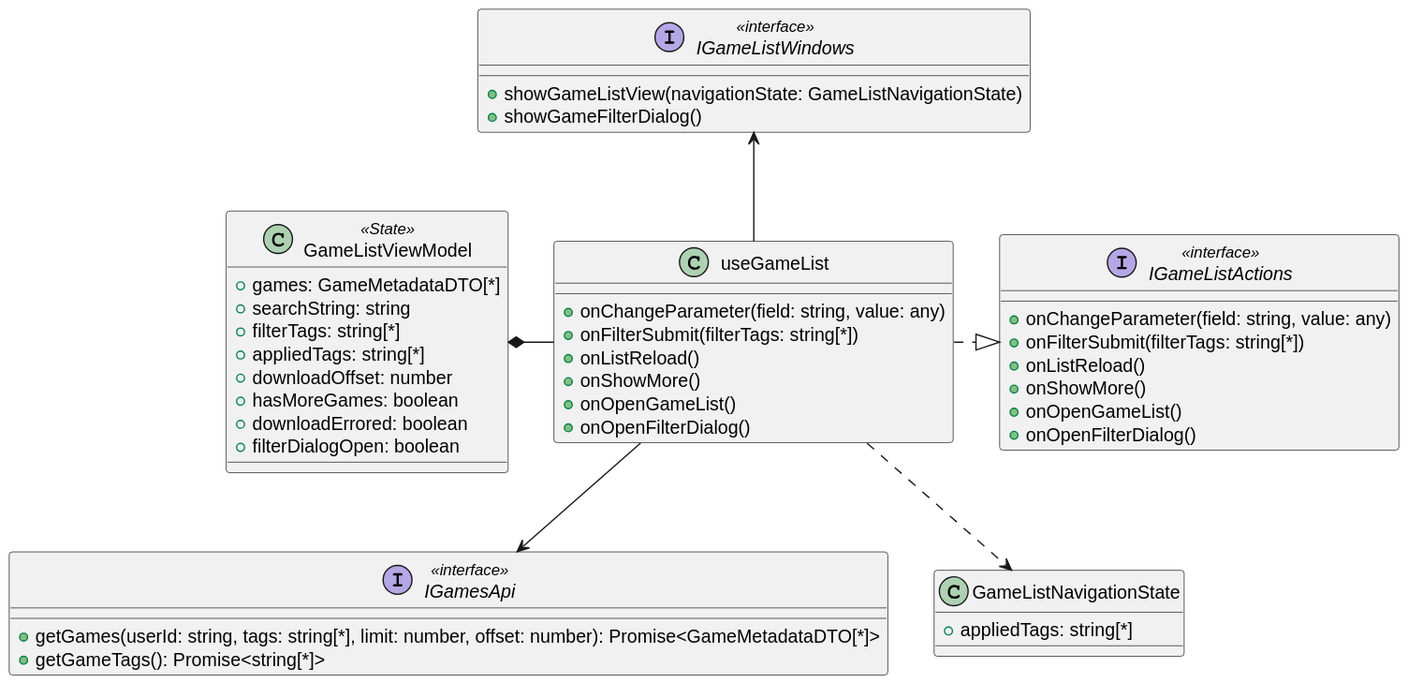
Earlier version of the PlantUML export diagrams/frontend/rendered/game-list-presenter.svg (Igor-Ochocki/POP-2026Z).
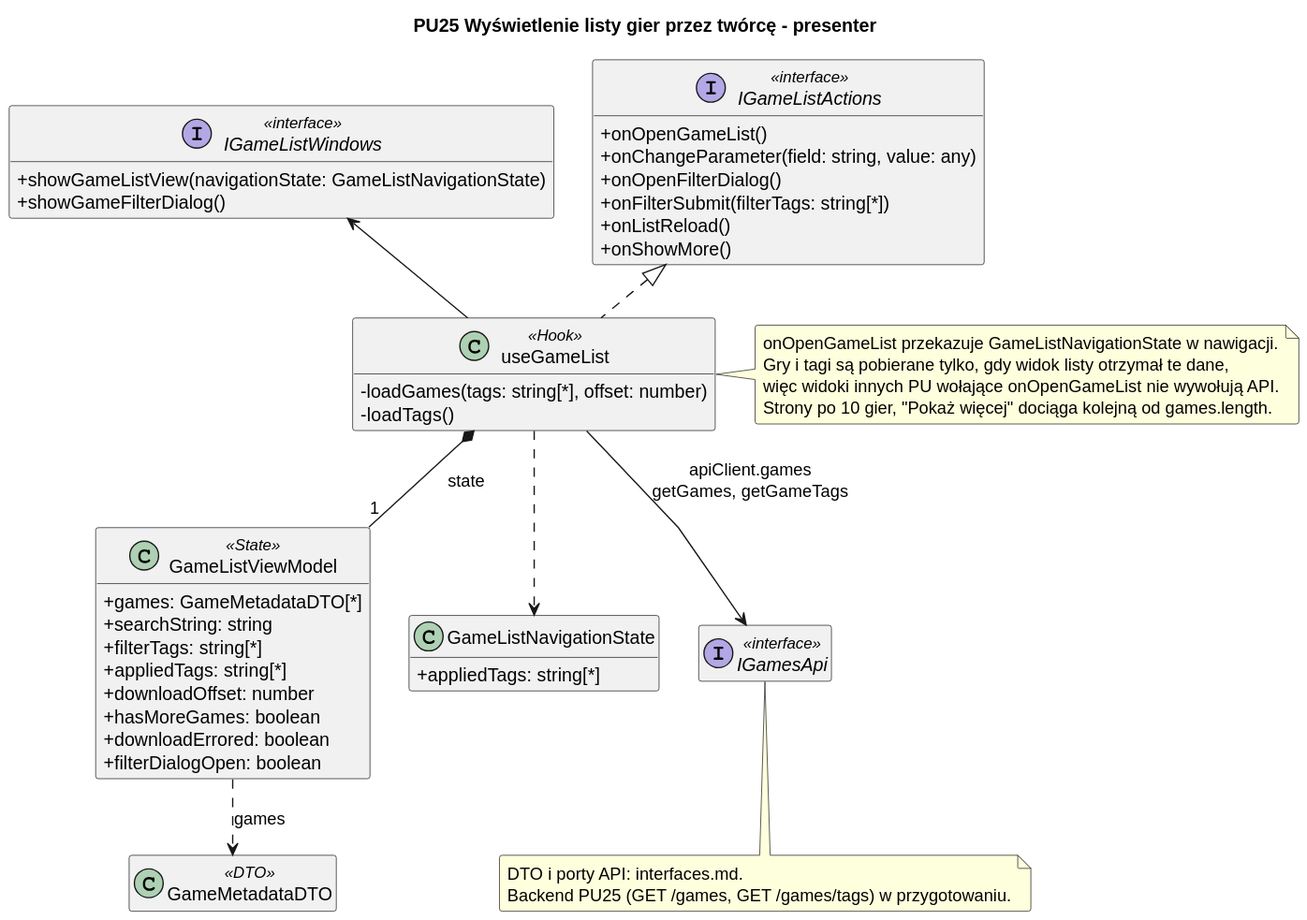
Above is the later version.

Change to the diagram source:
```diff
@@ -1,50 +1,68 @@
 @startuml
+skinparam classAttributeIconSize 0
+skinparam packageStyle rectangle
+skinparam shadowing false
+skinparam roundcorner 4
+skinparam linetype polyline
+skinparam nodesep 30
+skinparam ranksep 40
+hide empty members
+
+title PU25 Wyświetlenie listy gier przez twórcę - presenter
+
 interface IGameListActions <<interface>> {
-    +onChangeParameter(field: string, value: any)
-    +onFilterSubmit(filterTags: string[*])
-    +onListReload()
-    +onShowMore()
-    +onOpenGameList()
-    +onOpenFilterDialog()
-}
-
-interface IGamesApi <<interface>> {
-    +getGames(userId: string, tags: string[*], limit: number, offset: number): Promise<GameMetadataDTO[*]>
-    +getGameTags(): Promise<string[*]>
+    + onOpenGameList()
+    + onChangeParameter(field: string, value: any)
+    + onOpenFilterDialog()
+    + onFilterSubmit(filterTags: string[*])
+    + onListReload()
+    + onShowMore()
 }
 
 interface IGameListWindows <<interface>> {
-    +showGameListView(navigationState: GameListNavigationState)
-    +showGameFilterDialog()
+    + showGameListView(navigationState: GameListNavigationState)
+    + showGameFilterDialog()
 }
 
-class useGameList {
-    +onChangeParameter(field: string, value: any)
-    +onFilterSubmit(filterTags: string[*])
-    +onListReload()
-    +onShowMore()
-    +onOpenGameList()
-    +onOpenFilterDialog()
+class useGameList <<Hook>> {
+    - loadGames(tags: string[*], offset: number)
+    - loadTags()
 }
 
 class GameListViewModel <<State>> {
-    +games: GameMetadataDTO[*]
-    +searchString: string
-    +filterTags: string[*]
-    +appliedTags: string[*]
-    +downloadOffset: number
-    +hasMoreGames: boolean
-    +downloadErrored: boolean
-    +filterDialogOpen: boolean
+    + games: GameMetadataDTO[*]
+    + searchString: string
+    + filterTags: string[*]
+    + appliedTags: string[*]
+    + downloadOffset: number
+    + hasMoreGames: boolean
+    + downloadErrored: boolean
+    + filterDialogOpen: boolean
 }
 
 class GameListNavigationState {
-    +appliedTags: string[*]
+    + appliedTags: string[*]
 }
 
+interface IGamesApi <<interface>>
+class GameMetadataDTO <<DTO>>
+
+useGameList .u.|> IGameListActions
 useGameList -u-> IGameListWindows
-useGameList .|> IGameListActions
-useGameList -->  IGamesApi
-GameListViewModel *- useGameList
+useGameList *-- "1" GameListViewModel : state
 useGameList ..> GameListNavigationState
+GameListViewModel ..> GameMetadataDTO : games
+useGameList --> IGamesApi : apiClient.games\ngetGames, getGameTags
+
+note right of useGameList
+    onOpenGameList przekazuje GameListNavigationState w nawigacji.
+    Gry i tagi są pobierane tylko, gdy widok listy otrzymał te dane,
+    więc widoki innych PU wołające onOpenGameList nie wywołują API.
+    Strony po 10 gier, "Pokaż więcej" dociąga kolejną od games.length.
+end note
+
+note bottom of IGamesApi
+    DTO i porty API: interfaces.md.
+    Backend PU25 (GET /games, GET /games/tags) w przygotowaniu.
+end note
 @enduml
```
